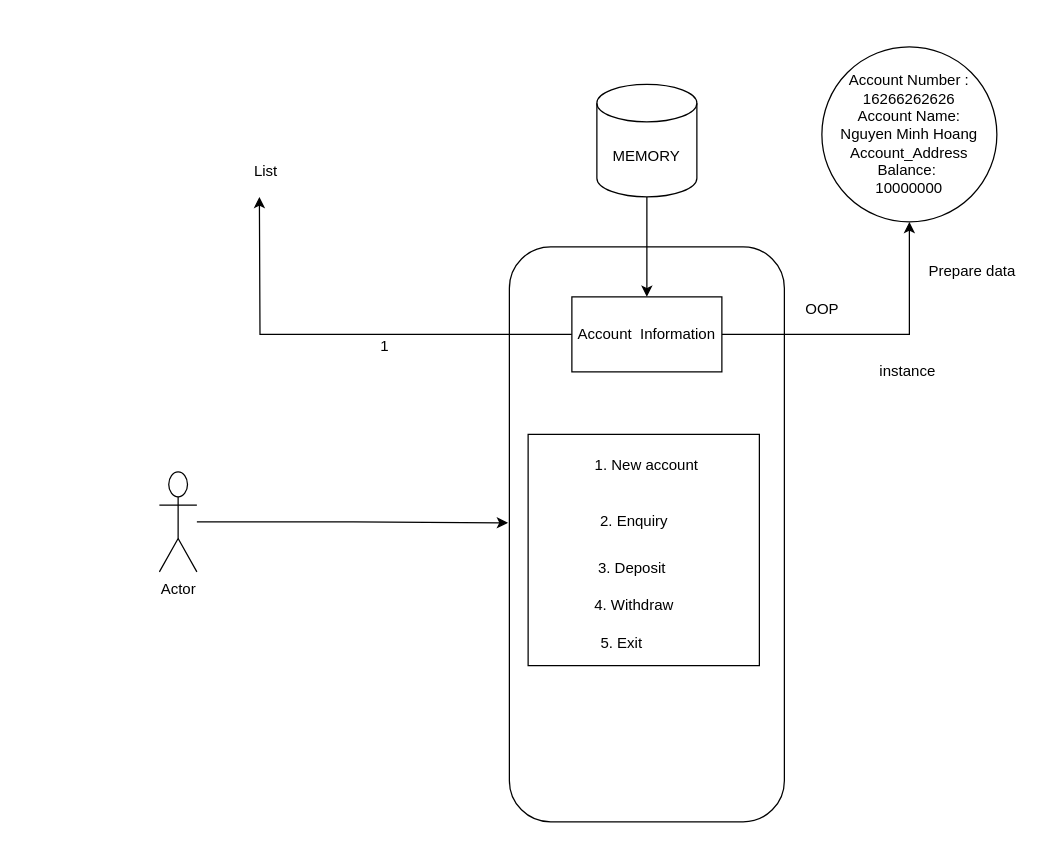
The draw.io diagram Untitled Diagram.drawio in KimPhiJSCDVLP/DemoGitHub, before the edit. Source tidied: cells renumbered, new cells numbered last; positions are measured from the earlier drawing's top-left corner, leaving out a move shared by most shapes. Both pictures are drawn from the tidied source at 125%, with x=0, y=0 at pixel (159, 46).
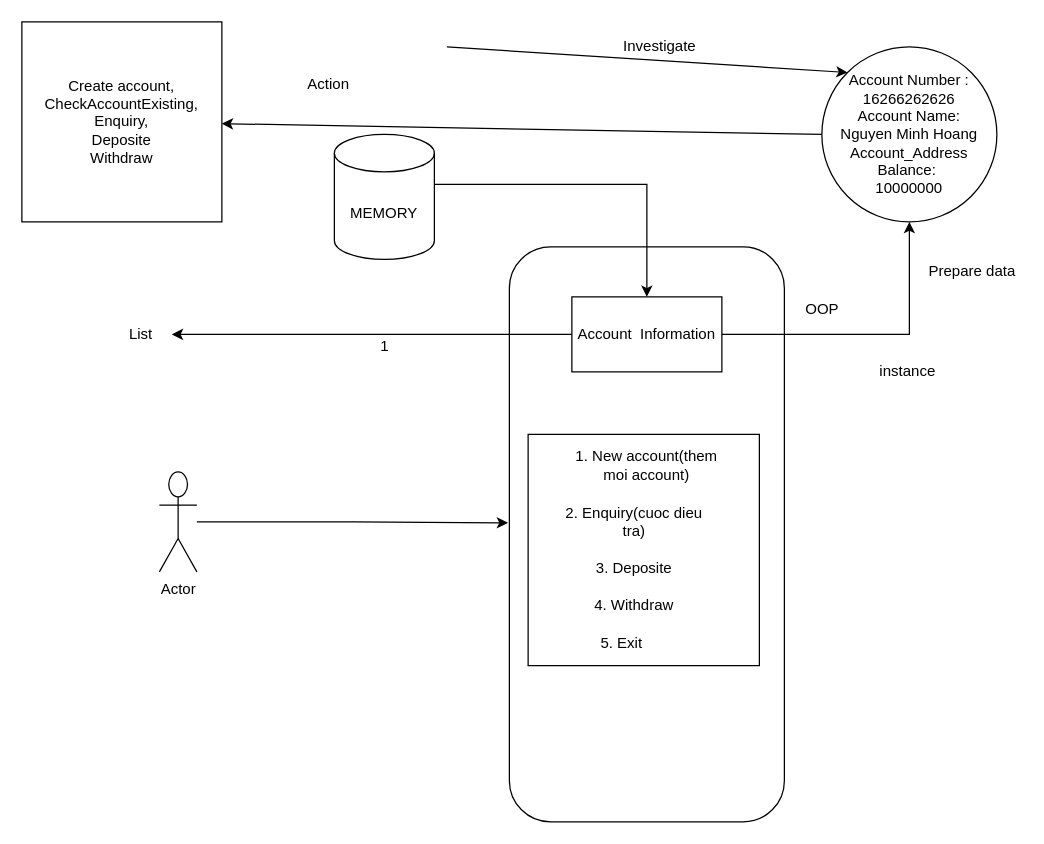
Above is the later version.

Unchanged cells that the change refers to:
```xml
<mxCell id="7" value="Account&amp;nbsp; Information" style="rounded=0;whiteSpace=wrap;html=1;" parent="1" vertex="1">
  <mxGeometry x="330" y="200" width="120" height="60" as="geometry" />
</mxCell>
<mxCell id="16" value="Account Number : 16266262626&lt;br&gt;Account Name:&lt;br&gt;Nguyen Minh Hoang&lt;br&gt;Account_Address&lt;br&gt;Balance:&amp;nbsp;&lt;br&gt;10000000" style="ellipse;whiteSpace=wrap;html=1;" parent="1" vertex="1">
  <mxGeometry x="530" width="140" height="140" as="geometry" />
</mxCell>
```

Diff of the diagram source:
```diff
@@
     <mxCell id="6" style="edgeStyle=orthogonalEdgeStyle;rounded=0;jettySize=auto;html=1;" parent="1" edge="1" source="7">
       <mxGeometry relative="1" as="geometry">
-        <mxPoint x="80" y="120" as="targetPoint" />
+        <mxPoint x="10" y="230" as="targetPoint" />
       </mxGeometry>
     </mxCell>
@@
     <mxCell id="8" style="edgeStyle=orthogonalEdgeStyle;rounded=0;jettySize=auto;html=1;entryX=0.5;entryY=0;entryDx=0;entryDy=0;" parent="1" edge="1" source="9" target="7">
-      <mxGeometry relative="1" as="geometry" />
+      <mxGeometry relative="1" as="geometry">
+        <Array as="points">
+          <mxPoint x="390" y="110" />
+        </Array>
+      </mxGeometry>
     </mxCell>
     <mxCell id="9" value="MEMORY" style="shape=cylinder3;whiteSpace=wrap;html=1;boundedLbl=1;backgroundOutline=1;size=15;" parent="1" vertex="1">
-      <mxGeometry x="350" y="30" width="80" height="90" as="geometry" />
+      <mxGeometry x="140" y="70" width="80" height="100" as="geometry" />
     </mxCell>
@@
-    <mxCell id="11" value="1. New account" style="text;html=1;strokeColor=none;fillColor=none;align=center;verticalAlign=middle;whiteSpace=wrap;rounded=0;" parent="1" vertex="1">
+    <mxCell id="11" value="1. New account(them moi account)" style="text;html=1;strokeColor=none;fillColor=none;align=center;verticalAlign=middle;whiteSpace=wrap;rounded=0;" parent="1" vertex="1">
       <mxGeometry x="330" y="320" width="120" height="30" as="geometry" />
     </mxCell>
-    <mxCell id="12" value="2. Enquiry" style="text;html=1;strokeColor=none;fillColor=none;align=center;verticalAlign=middle;whiteSpace=wrap;rounded=0;" parent="1" vertex="1">
+    <mxCell id="12" value="2. Enquiry(cuoc dieu tra)" style="text;html=1;strokeColor=none;fillColor=none;align=center;verticalAlign=middle;whiteSpace=wrap;rounded=0;" parent="1" vertex="1">
       <mxGeometry x="320" y="365" width="120" height="30" as="geometry" />
     </mxCell>
-    <mxCell id="13" value="3. Deposit&amp;nbsp;" style="text;html=1;strokeColor=none;fillColor=none;align=center;verticalAlign=middle;whiteSpace=wrap;rounded=0;" parent="1" vertex="1">
+    <mxCell id="13" value="3. Deposite" style="text;html=1;strokeColor=none;fillColor=none;align=center;verticalAlign=middle;whiteSpace=wrap;rounded=0;" parent="1" vertex="1">
       <mxGeometry x="320" y="402" width="120" height="30" as="geometry" />
     </mxCell>
@@
     <mxCell id="18" value="List" style="text;html=1;align=center;verticalAlign=middle;strokeColor=none;fillColor=none;" parent="1" vertex="1">
-      <mxGeometry x="70" y="90" width="30" height="20" as="geometry" />
+      <mxGeometry x="-30" y="220" width="30" height="20" as="geometry" />
     </mxCell>
@@
+    <mxCell id="22" style="endArrow=classic;html=1;rounded=0;entryX=0;entryY=0;entryDx=0;entryDy=0;" parent="1" edge="1" target="16">
+      <mxGeometry relative="1" as="geometry">
+        <mxPoint x="230" as="sourcePoint" />
+      </mxGeometry>
+    </mxCell>
+    <mxCell id="23" value="Investigate" style="text;html=1;align=center;verticalAlign=middle;strokeColor=none;fillColor=none;" parent="1" vertex="1">
+      <mxGeometry x="365" y="-10" width="70" height="20" as="geometry" />
+    </mxCell>
+    <mxCell id="24" value="Action" style="text;html=1;align=center;verticalAlign=middle;strokeColor=none;fillColor=none;" parent="1" vertex="1">
+      <mxGeometry x="110" y="20" width="50" height="20" as="geometry" />
+    </mxCell>
+    <mxCell id="25" style="endArrow=classic;html=1;rounded=0;exitX=0;exitY=0.5;exitDx=0;exitDy=0;" parent="1" edge="1" source="16" target="26">
+      <mxGeometry relative="1" as="geometry" />
+    </mxCell>
+    <mxCell id="26" value="Create account,&lt;br&gt;CheckAccountExisting,&lt;br&gt;Enquiry,&lt;br&gt;Deposite&lt;br&gt;Withdraw" style="whiteSpace=wrap;html=1;" parent="1" vertex="1">
+      <mxGeometry x="-110" y="-20" width="160" height="160" as="geometry" />
+    </mxCell>
```
